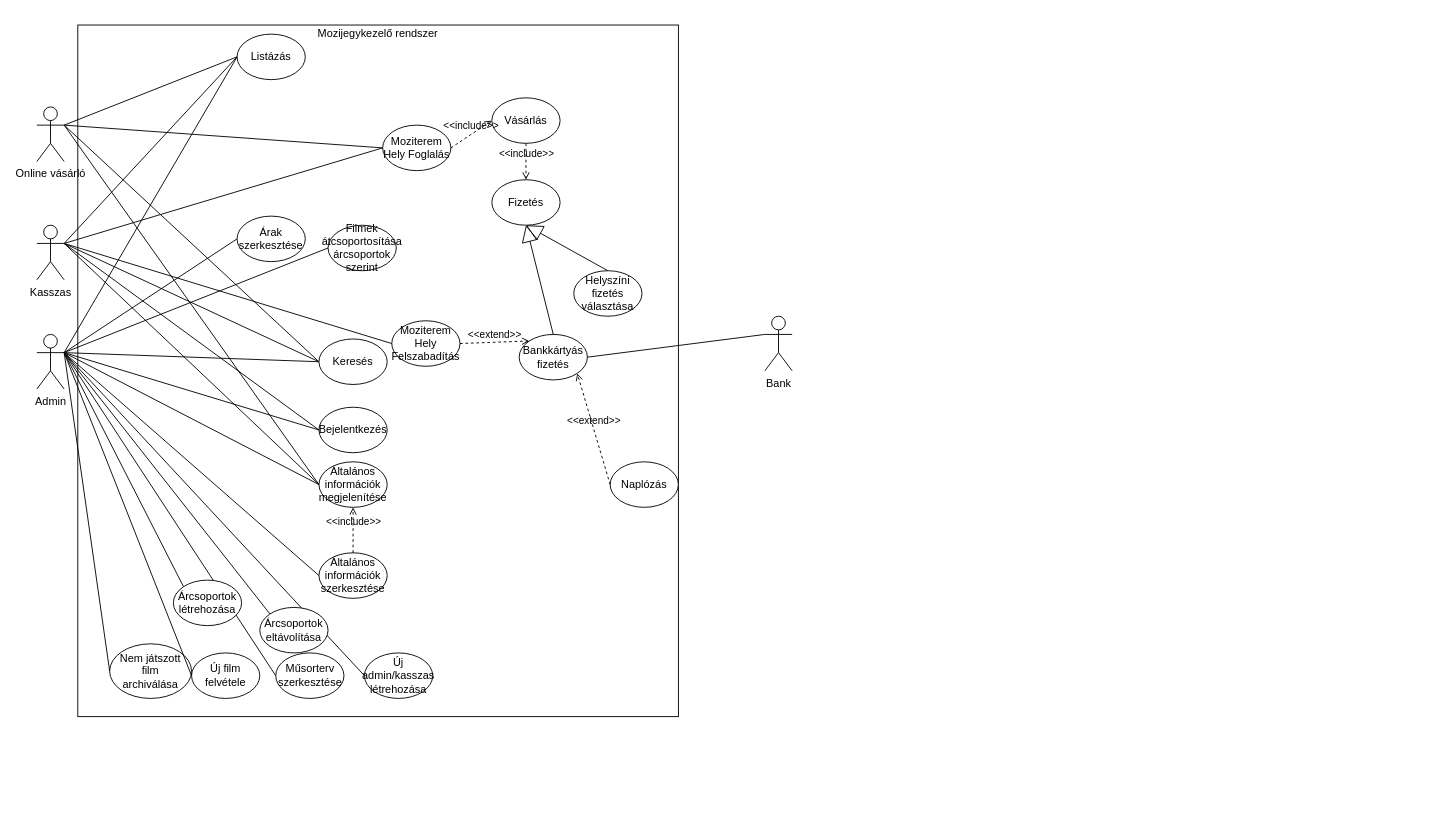
cskincses/Szoftttech keeps this draw.io diagram as Mozijegykezelo.drawio. Above is the earlier version. Source tidied: cells renumbered, new cells numbered last; positions are measured from the earlier drawing's top-left corner, leaving out a move shared by most shapes. Both pictures are drawn from the tidied source at 91%, with x=0, y=0 at pixel (36, 25).
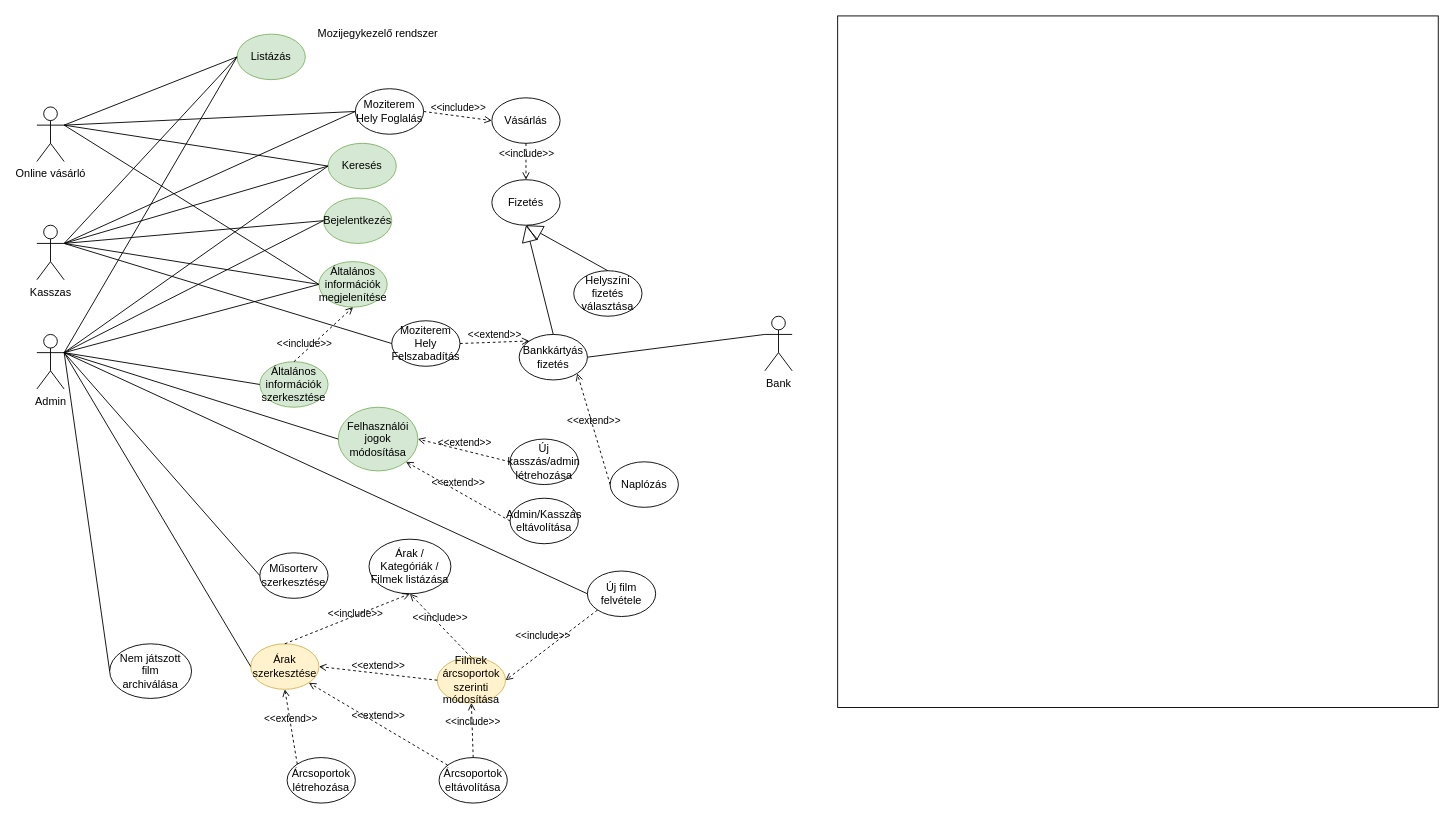
The same page after the edit.

Commit message (it also covers changes not shown here):
Todays progress

Unchanged cells that the change refers to:
```xml
<mxCell id="5" value="Admin" style="shape=umlActor;verticalLabelPosition=bottom;verticalAlign=top;html=1;outlineConnect=0;" parent="1" vertex="1">
  <mxGeometry y="340" width="30" height="60" as="geometry" />
</mxCell>
```

Diff of the diagram source:
```diff
@@
     <mxCell id="2" style="rounded=0;whiteSpace=wrap;html=1;fillColor=none;" parent="1" vertex="1">
-      <mxGeometry x="45" width="660" height="760" as="geometry" />
+      <mxGeometry x="880" y="-10" width="660" height="760" as="geometry" />
     </mxCell>
@@
-    <mxCell id="7" value="Listázás" style="ellipse;whiteSpace=wrap;html=1;" parent="1" vertex="1">
+    <mxCell id="7" value="Listázás" style="ellipse;whiteSpace=wrap;html=1;fillColor=#d5e8d4;strokeColor=#82b366;" parent="1" vertex="1">
       <mxGeometry x="220" y="10" width="75" height="50" as="geometry" />
     </mxCell>
@@
-    <mxCell id="9" value="Keresés" style="ellipse;whiteSpace=wrap;html=1;" parent="1" vertex="1">
-      <mxGeometry x="310" y="345" width="75" height="50" as="geometry" />
+    <mxCell id="9" value="Keresés" style="ellipse;whiteSpace=wrap;html=1;fillColor=#d5e8d4;strokeColor=#82b366;" parent="1" vertex="1">
+      <mxGeometry x="320" y="130" width="75" height="50" as="geometry" />
     </mxCell>
     <mxCell id="10" value="Új film felvétele" style="ellipse;whiteSpace=wrap;html=1;" parent="1" vertex="1">
-      <mxGeometry x="170" y="690" width="75" height="50" as="geometry" />
+      <mxGeometry x="605" y="600" width="75" height="50" as="geometry" />
     </mxCell>
     <mxCell id="11" value="Műsorterv szerkesztése" style="ellipse;whiteSpace=wrap;html=1;" parent="1" vertex="1">
-      <mxGeometry x="262.5" y="690" width="75" height="50" as="geometry" />
+      <mxGeometry x="245" y="580" width="75" height="50" as="geometry" />
     </mxCell>
@@
-    <mxCell id="17" value="Árak szerkesztése" style="ellipse;whiteSpace=wrap;html=1;" parent="1" vertex="1">
-      <mxGeometry x="220" y="210" width="75" height="50" as="geometry" />
+    <mxCell id="17" value="Árak szerkesztése" style="ellipse;whiteSpace=wrap;html=1;fillColor=#fff2cc;strokeColor=#d6b656;" parent="1" vertex="1">
+      <mxGeometry x="235" y="680" width="75" height="50" as="geometry" />
     </mxCell>
@@
-    <mxCell id="34" value="Bejelentkezés" style="ellipse;whiteSpace=wrap;html=1;" parent="1" vertex="1">
-      <mxGeometry x="310" y="420" width="75" height="50" as="geometry" />
+    <mxCell id="34" value="Bejelentkezés" style="ellipse;whiteSpace=wrap;html=1;fillColor=#d5e8d4;strokeColor=#82b366;" parent="1" vertex="1">
+      <mxGeometry x="315" y="190" width="75" height="50" as="geometry" />
     </mxCell>
@@
-    <mxCell id="37" value="Új admin/kasszas létrehozása" style="ellipse;whiteSpace=wrap;html=1;" parent="1" vertex="1">
-      <mxGeometry x="360" y="690" width="75" height="50" as="geometry" />
+    <mxCell id="37" value="Felhasználói jogok módosítása" style="ellipse;whiteSpace=wrap;html=1;fillColor=#d5e8d4;strokeColor=#82b366;" parent="1" vertex="1">
+      <mxGeometry x="331.2" y="420" width="87.5" height="70" as="geometry" />
     </mxCell>
@@
-    <mxCell id="40" value="Filmek átcsoportosítása árcsoportok szerint" style="ellipse;whiteSpace=wrap;html=1;" parent="1" vertex="1">
-      <mxGeometry x="320" y="220" width="75" height="50" as="geometry" />
+    <mxCell id="40" value="Filmek árcsoportok szerinti módosítása" style="ellipse;whiteSpace=wrap;html=1;fillColor=#fff2cc;strokeColor=#d6b656;" parent="1" vertex="1">
+      <mxGeometry x="440" y="695" width="75" height="50" as="geometry" />
     </mxCell>
     <mxCell id="41" value="Moziterem Hely Foglalás" style="ellipse;whiteSpace=wrap;html=1;" parent="1" vertex="1">
-      <mxGeometry x="380" y="110" width="75" height="50" as="geometry" />
+      <mxGeometry x="350" y="70" width="75" height="50" as="geometry" />
     </mxCell>
@@
-    <mxCell id="47" value="Általános információk szerkesztése" style="ellipse;whiteSpace=wrap;html=1;" parent="1" vertex="1">
-      <mxGeometry x="310" y="580" width="75" height="50" as="geometry" />
+    <mxCell id="47" value="Általános információk szerkesztése" style="ellipse;whiteSpace=wrap;html=1;fillColor=#d5e8d4;strokeColor=#82b366;" parent="1" vertex="1">
+      <mxGeometry x="245" y="370" width="75" height="50" as="geometry" />
     </mxCell>
@@
-    <mxCell id="49" value="Általános információk megjelenítése" style="ellipse;whiteSpace=wrap;html=1;" parent="1" vertex="1">
-      <mxGeometry x="310" y="480" width="75" height="50" as="geometry" />
+    <mxCell id="49" value="Általános információk megjelenítése" style="ellipse;whiteSpace=wrap;html=1;fillColor=#d5e8d4;strokeColor=#82b366;" parent="1" vertex="1">
+      <mxGeometry x="310" y="260" width="75" height="50" as="geometry" />
     </mxCell>
@@
-    <mxCell id="53" style="endArrow=none;html=1;entryX=0;entryY=0.5;entryDx=0;entryDy=0;exitX=1;exitY=0.3333333333333333;exitDx=0;exitDy=0;exitPerimeter=0;" parent="1" edge="1" source="5" target="40">
-      <mxGeometry relative="1" as="geometry" />
-    </mxCell>
     <mxCell id="54" value="&amp;lt;&amp;lt;include&amp;gt;&amp;gt;" style="html=1;verticalAlign=bottom;labelBackgroundColor=none;endArrow=open;endFill=0;dashed=1;exitX=0.5;exitY=0;exitDx=0;exitDy=0;entryX=0.5;entryY=1;entryDx=0;entryDy=0;" parent="1" edge="1" source="47" target="49">
-      <mxGeometry relative="1" as="geometry" />
+      <mxGeometry x="-0.64" relative="1" as="geometry" />
     </mxCell>
     <mxCell id="55" value="Árcsoportok létrehozása" style="ellipse;whiteSpace=wrap;html=1;" parent="1" vertex="1">
-      <mxGeometry x="150" y="610" width="75" height="50" as="geometry" />
+      <mxGeometry x="275" y="805" width="75" height="50" as="geometry" />
     </mxCell>
-    <mxCell id="56" style="endArrow=none;html=1;entryX=0;entryY=0;entryDx=0;entryDy=0;exitX=1;exitY=0.3333333333333333;exitDx=0;exitDy=0;exitPerimeter=0;" parent="1" edge="1" source="5" target="55">
-      <mxGeometry relative="1" as="geometry" />
-    </mxCell>
     <mxCell id="57" value="Árcsoportok eltávolítása" style="ellipse;whiteSpace=wrap;html=1;" parent="1" vertex="1">
-      <mxGeometry x="245" y="640" width="75" height="50" as="geometry" />
+      <mxGeometry x="442" y="805" width="75" height="50" as="geometry" />
     </mxCell>
-    <mxCell id="58" style="endArrow=none;html=1;entryX=0;entryY=0;entryDx=0;entryDy=0;exitX=1;exitY=0.3333333333333333;exitDx=0;exitDy=0;exitPerimeter=0;" parent="1" edge="1" source="5" target="57">
-      <mxGeometry relative="1" as="geometry" />
-    </mxCell>
+    <mxCell id="59" value="Árak / Kategóriák / Filmek listázása" style="ellipse;whiteSpace=wrap;html=1;" parent="1" vertex="1">
+      <mxGeometry x="365" y="565" width="90" height="60" as="geometry" />
+    </mxCell>
+    <mxCell id="60" value="&amp;lt;&amp;lt;include&amp;gt;&amp;gt;" style="html=1;verticalAlign=bottom;labelBackgroundColor=none;endArrow=open;endFill=0;dashed=1;exitX=0.5;exitY=0;exitDx=0;exitDy=0;entryX=0.5;entryY=1;entryDx=0;entryDy=0;" parent="1" edge="1" source="17" target="59">
+      <mxGeometry x="0.1" y="-7" relative="1" as="geometry" />
+    </mxCell>
+    <mxCell id="61" value="&amp;lt;&amp;lt;include&amp;gt;&amp;gt;" style="html=1;verticalAlign=bottom;labelBackgroundColor=none;endArrow=open;endFill=0;dashed=1;exitX=0.5;exitY=0;exitDx=0;exitDy=0;entryX=0.5;entryY=1;entryDx=0;entryDy=0;" parent="1" edge="1" source="40" target="59">
+      <mxGeometry relative="1" as="geometry" />
+    </mxCell>
+    <mxCell id="62" value="&amp;lt;&amp;lt;extend&amp;gt;&amp;gt;" style="html=1;verticalAlign=bottom;labelBackgroundColor=none;endArrow=open;endFill=0;dashed=1;entryX=1;entryY=0.5;entryDx=0;entryDy=0;exitX=0;exitY=0.5;exitDx=0;exitDy=0;" parent="1" edge="1" source="40" target="17">
+      <mxGeometry relative="1" as="geometry" />
+    </mxCell>
+    <mxCell id="63" value="&amp;lt;&amp;lt;extend&amp;gt;&amp;gt;" style="html=1;verticalAlign=bottom;labelBackgroundColor=none;endArrow=open;endFill=0;dashed=1;entryX=0.5;entryY=1;entryDx=0;entryDy=0;exitX=0;exitY=0;exitDx=0;exitDy=0;" parent="1" edge="1" source="55" target="17">
+      <mxGeometry relative="1" as="geometry" />
+    </mxCell>
+    <mxCell id="64" value="&amp;lt;&amp;lt;extend&amp;gt;&amp;gt;" style="html=1;verticalAlign=bottom;labelBackgroundColor=none;endArrow=open;endFill=0;dashed=1;entryX=1;entryY=1;entryDx=0;entryDy=0;" parent="1" edge="1" source="57" target="17">
+      <mxGeometry relative="1" as="geometry" />
+    </mxCell>
+    <mxCell id="65" value="&amp;lt;&amp;lt;include&amp;gt;&amp;gt;" style="html=1;verticalAlign=bottom;labelBackgroundColor=none;endArrow=open;endFill=0;dashed=1;exitX=0.5;exitY=0;exitDx=0;exitDy=0;entryX=0.5;entryY=1;entryDx=0;entryDy=0;" parent="1" edge="1" source="57" target="40">
+      <mxGeometry relative="1" as="geometry" />
+    </mxCell>
+    <mxCell id="66" value="Új kasszás/admin létrehozása" style="ellipse;whiteSpace=wrap;html=1;" parent="1" vertex="1">
+      <mxGeometry x="520" y="455" width="75" height="50" as="geometry" />
+    </mxCell>
+    <mxCell id="67" value="&amp;lt;&amp;lt;extend&amp;gt;&amp;gt;" style="html=1;verticalAlign=bottom;labelBackgroundColor=none;endArrow=open;endFill=0;dashed=1;entryX=1;entryY=0.5;entryDx=0;entryDy=0;exitX=0;exitY=0.5;exitDx=0;exitDy=0;" parent="1" edge="1" source="66" target="37">
+      <mxGeometry relative="1" as="geometry" />
+    </mxCell>
+    <mxCell id="68" value="Admin/Kasszás eltávolítása" style="ellipse;whiteSpace=wrap;html=1;" parent="1" vertex="1">
+      <mxGeometry x="520" y="520" width="75" height="50" as="geometry" />
+    </mxCell>
+    <mxCell id="69" value="&amp;lt;&amp;lt;extend&amp;gt;&amp;gt;" style="html=1;verticalAlign=bottom;labelBackgroundColor=none;endArrow=open;endFill=0;dashed=1;exitX=0;exitY=0.5;exitDx=0;exitDy=0;entryX=1;entryY=1;entryDx=0;entryDy=0;" parent="1" edge="1" source="68" target="37">
+      <mxGeometry relative="1" as="geometry" />
+    </mxCell>
+    <mxCell id="70" value="&amp;lt;&amp;lt;include&amp;gt;&amp;gt;" style="html=1;verticalAlign=bottom;labelBackgroundColor=none;endArrow=open;endFill=0;dashed=1;exitX=0;exitY=1;exitDx=0;exitDy=0;entryX=1;entryY=0.5;entryDx=0;entryDy=0;" parent="1" edge="1" source="10" target="40">
+      <mxGeometry x="0.1" y="-7" relative="1" as="geometry" />
+    </mxCell>
```
